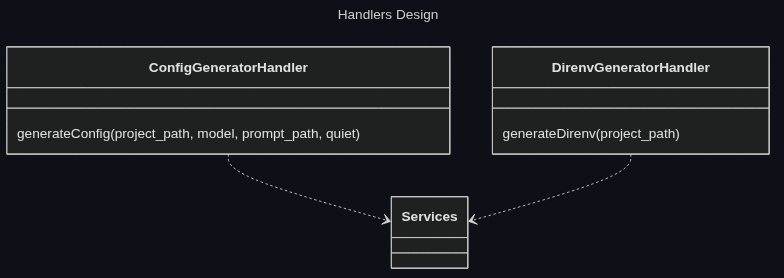
Earlier version of the Mermaid export docs/assets/mermaid/handlers_design.png (Oldranda1414/AutoDev). Its source is kept beside it as docs/assets/src/handlers_design.mmd. Its diagram source:
```mermaid
---
title: Handlers Design
---
classDiagram
    class ConfigGeneratorHandler {
        generateConfig(project_path, model, prompt_path, quiet)
    }

    class DirenvGeneratorHandler {
        generateDirenv(project_path)
    }

    ConfigGeneratorHandler  ..> Services
    DirenvGeneratorHandler  ..> Services
```
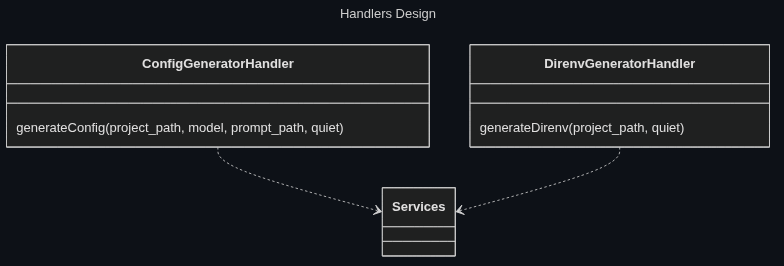
Later version of the same file.

Commit message:
docs: add quiet argument to generateDirenv in handlers design graph

Diff of the diagram source:
```diff
@@ -7,7 +7,7 @@
     }
 
     class DirenvGeneratorHandler {
-        generateDirenv(project_path)
+        generateDirenv(project_path, quiet)
     }
 
     ConfigGeneratorHandler  ..> Services
```
